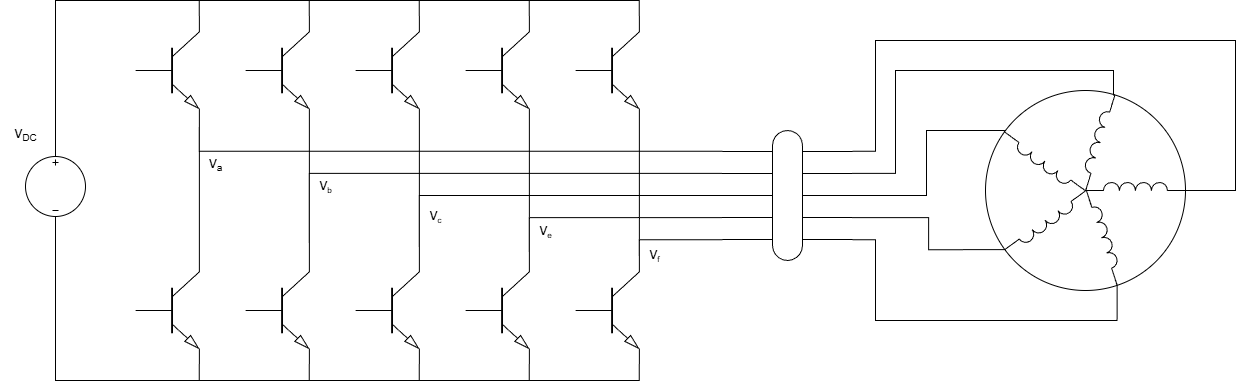
Hory2/DP_text keeps this draw.io diagram as diplomka/obrazky/electric.drawio.png. Above is the earlier version. Source tidied: cells renumbered, new cells last; positions are measured from the earlier drawing's top-left corner, leaving out a move shared by most shapes.
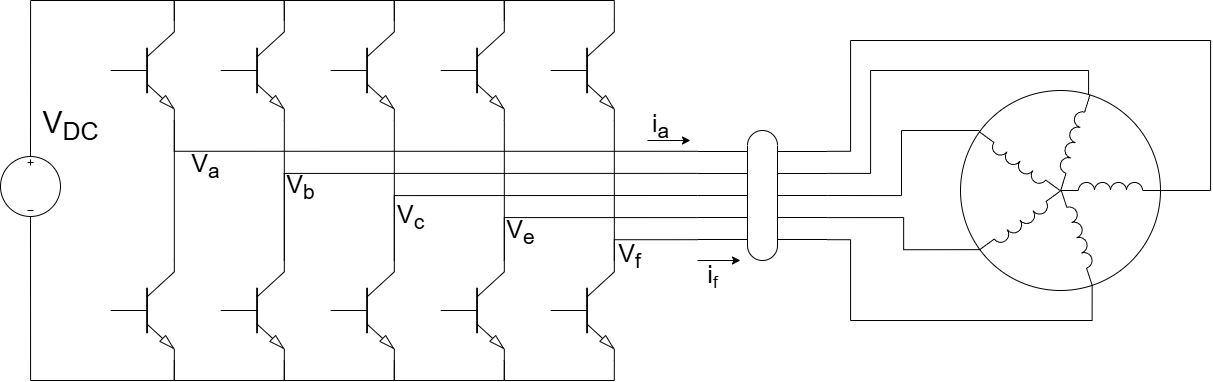
Later version of the same file.

The edit, as a diff of the source:
```diff
@@ -170,23 +170,41 @@
     <mxCell id="47" style="edgeStyle=orthogonalEdgeStyle;rounded=0;jettySize=auto;html=1;exitX=0.5;exitY=1;exitDx=0;exitDy=0;exitPerimeter=0;entryX=1;entryY=1;entryDx=0;entryDy=0;entryPerimeter=0;endArrow=none;startFill=0;" parent="1" edge="1" source="9" target="11">
       <mxGeometry relative="1" as="geometry" />
     </mxCell>
-    <mxCell id="48" value="V&lt;sub&gt;DC&lt;/sub&gt;" style="text;html=1;align=center;verticalAlign=middle;strokeColor=none;fillColor=none;" parent="1" vertex="1">
-      <mxGeometry y="100" width="50" height="30" as="geometry" />
+    <mxCell id="48" value="&lt;font style=&quot;font-size: 30px;&quot;&gt;V&lt;sub style=&quot;&quot;&gt;DC&lt;/sub&gt;&lt;/font&gt;" style="text;html=1;align=center;verticalAlign=middle;strokeColor=none;fillColor=none;" parent="1" vertex="1">
+      <mxGeometry x="55" y="80" width="80" height="50" as="geometry" />
     </mxCell>
-    <mxCell id="49" value="V&lt;span style=&quot;font-size: 10px;&quot;&gt;&lt;sub&gt;b&lt;/sub&gt;&lt;/span&gt;" style="text;html=1;align=center;verticalAlign=middle;strokeColor=none;fillColor=none;" parent="1" vertex="1">
-      <mxGeometry x="305" y="151" width="40" height="30" as="geometry" />
+    <mxCell id="49" value="&lt;font style=&quot;font-size: 25px;&quot;&gt;V&lt;sub style=&quot;&quot;&gt;b&lt;/sub&gt;&lt;/font&gt;" style="text;html=1;align=center;verticalAlign=middle;strokeColor=none;fillColor=none;" parent="1" vertex="1">
+      <mxGeometry x="300" y="141" width="50" height="50" as="geometry" />
     </mxCell>
-    <mxCell id="50" value="V&lt;span style=&quot;font-size: 10px;&quot;&gt;&lt;sub&gt;c&lt;/sub&gt;&lt;/span&gt;" style="text;html=1;align=center;verticalAlign=middle;strokeColor=none;fillColor=none;" parent="1" vertex="1">
-      <mxGeometry x="415" y="181" width="40" height="30" as="geometry" />
+    <mxCell id="50" value="&lt;font style=&quot;font-size: 25px;&quot;&gt;V&lt;sub style=&quot;&quot;&gt;c&lt;/sub&gt;&lt;/font&gt;" style="text;html=1;align=center;verticalAlign=middle;strokeColor=none;fillColor=none;" parent="1" vertex="1">
+      <mxGeometry x="410" y="171" width="50" height="50" as="geometry" />
     </mxCell>
-    <mxCell id="51" value="V&lt;span style=&quot;font-size: 10px;&quot;&gt;&lt;sub&gt;e&lt;/sub&gt;&lt;/span&gt;" style="text;html=1;align=center;verticalAlign=middle;strokeColor=none;fillColor=none;" parent="1" vertex="1">
-      <mxGeometry x="525" y="196" width="40" height="30" as="geometry" />
+    <mxCell id="51" value="&lt;font style=&quot;font-size: 25px;&quot;&gt;V&lt;sub style=&quot;&quot;&gt;e&lt;/sub&gt;&lt;/font&gt;" style="text;html=1;align=center;verticalAlign=middle;strokeColor=none;fillColor=none;" parent="1" vertex="1">
+      <mxGeometry x="520" y="186" width="50" height="50" as="geometry" />
     </mxCell>
-    <mxCell id="52" value="V&lt;span style=&quot;font-size: 10px;&quot;&gt;&lt;sub&gt;f&lt;/sub&gt;&lt;/span&gt;" style="text;html=1;align=center;verticalAlign=middle;strokeColor=none;fillColor=none;" parent="1" vertex="1">
-      <mxGeometry x="639" y="220" width="30" height="30" as="geometry" />
+    <mxCell id="52" value="&lt;font style=&quot;font-size: 25px;&quot;&gt;V&lt;sub style=&quot;&quot;&gt;f&lt;/sub&gt;&lt;/font&gt;" style="text;html=1;align=center;verticalAlign=middle;strokeColor=none;fillColor=none;" parent="1" vertex="1">
+      <mxGeometry x="629" y="210" width="50" height="50" as="geometry" />
     </mxCell>
-    <mxCell id="53" value="V&lt;sub&gt;a&lt;/sub&gt;" style="text;html=1;align=center;verticalAlign=middle;strokeColor=none;fillColor=none;" parent="1" vertex="1">
-      <mxGeometry x="195" y="130" width="40" height="30" as="geometry" />
+    <mxCell id="53" value="&lt;font style=&quot;font-size: 25px;&quot;&gt;V&lt;sub&gt;a&lt;/sub&gt;&lt;/font&gt;" style="text;html=1;align=center;verticalAlign=middle;strokeColor=none;fillColor=none;" parent="1" vertex="1">
+      <mxGeometry x="205" y="120" width="50" height="50" as="geometry" />
     </mxCell>
+    <mxCell id="54" style="endArrow=classic;html=1;rounded=0;" parent="1" edge="1">
+      <mxGeometry relative="1" as="geometry">
+        <mxPoint x="672" y="120" as="sourcePoint" />
+        <mxPoint x="715" y="120" as="targetPoint" />
+      </mxGeometry>
+    </mxCell>
+    <mxCell id="55" value="&lt;span style=&quot;font-size: 25px;&quot;&gt;i&lt;sub&gt;a&lt;/sub&gt;&lt;/span&gt;" style="text;html=1;align=center;verticalAlign=middle;strokeColor=none;fillColor=none;" parent="1" vertex="1">
+      <mxGeometry x="665" y="80" width="40" height="50" as="geometry" />
+    </mxCell>
+    <mxCell id="56" style="endArrow=classic;html=1;rounded=0;" parent="1" edge="1">
+      <mxGeometry relative="1" as="geometry">
+        <mxPoint x="722" y="240" as="sourcePoint" />
+        <mxPoint x="765" y="240" as="targetPoint" />
+      </mxGeometry>
+    </mxCell>
+    <mxCell id="57" value="&lt;span style=&quot;font-size: 25px;&quot;&gt;i&lt;/span&gt;&lt;span style=&quot;font-size: 20.8333px;&quot;&gt;&lt;sub&gt;f&lt;/sub&gt;&lt;/span&gt;" style="text;html=1;align=center;verticalAlign=middle;strokeColor=none;fillColor=none;" parent="1" vertex="1">
+      <mxGeometry x="722" y="230" width="30" height="50" as="geometry" />
+    </mxCell>
   </root>
 </mxGraphModel>
```
